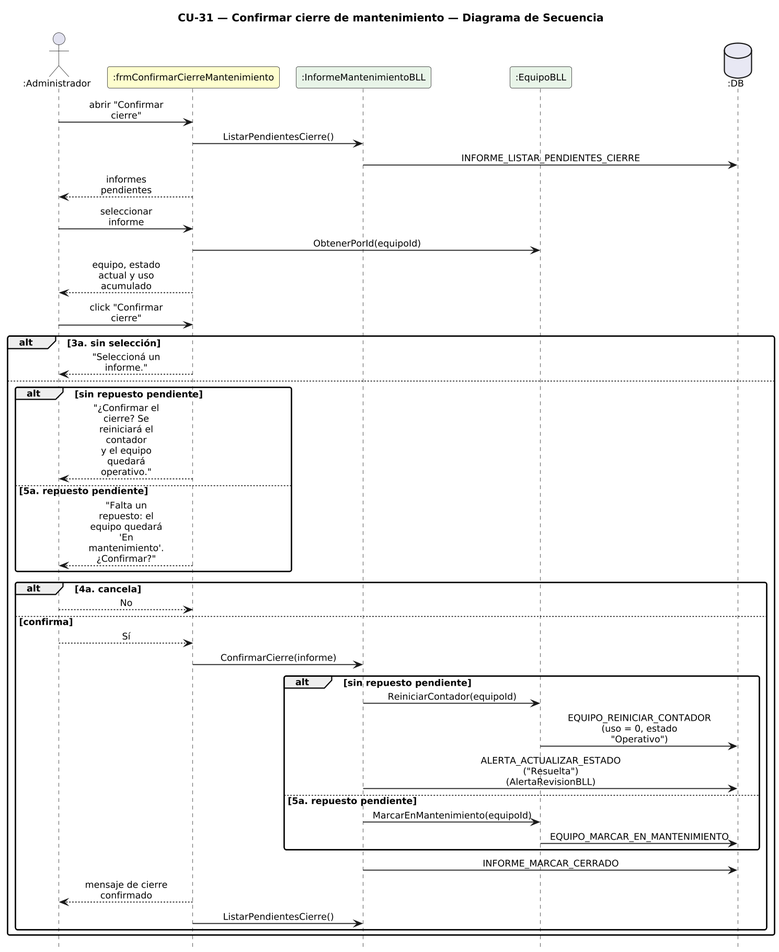
Above: DIAGRAMAS/DiagramaSecuencia_CU31_ConfirmarCierreMantenimiento.png in Urrels/ingenieria_software (PlantUML), before the change.
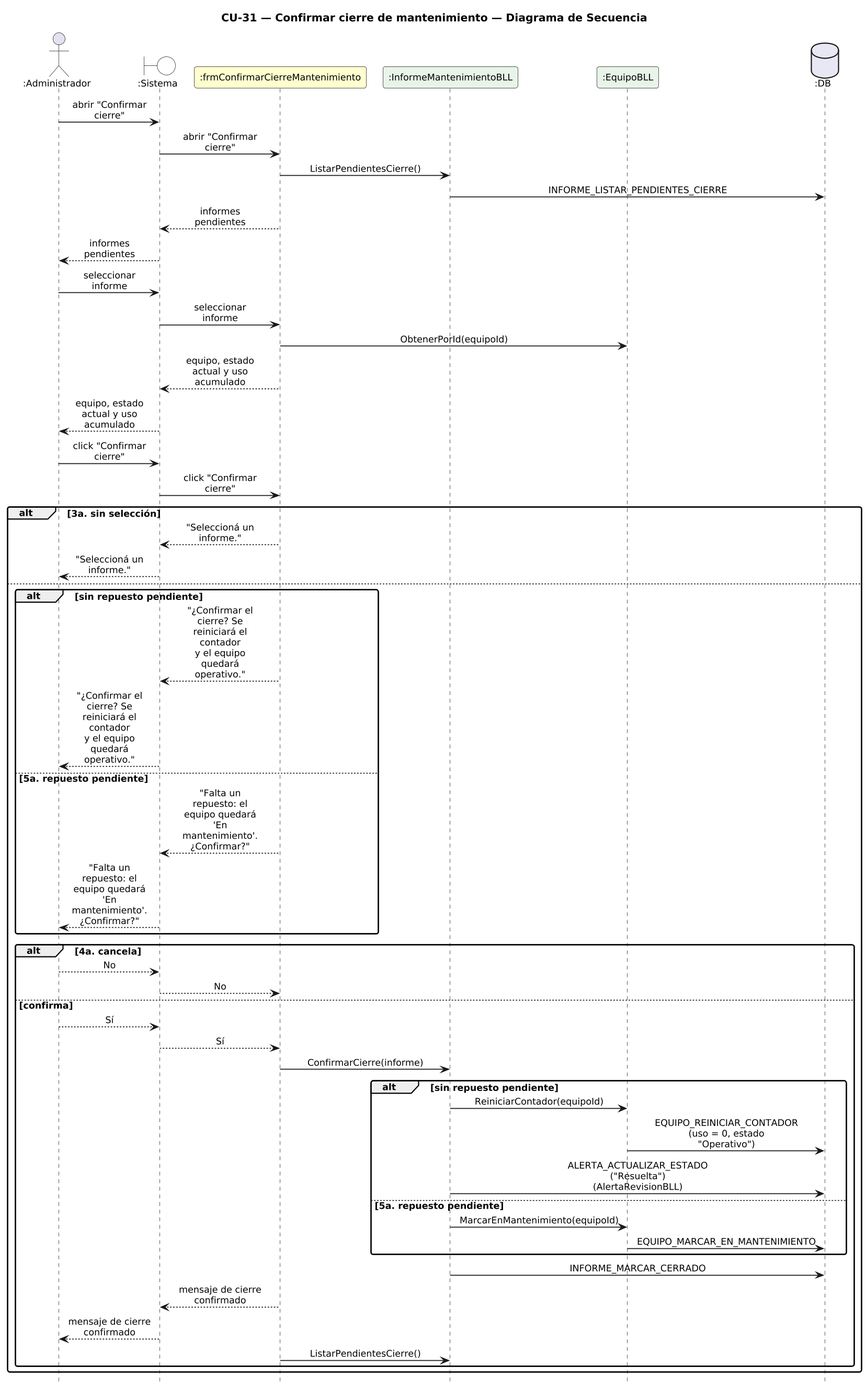
After the commit.

Change to the diagram source:
```diff
@@ -14,31 +14,42 @@
 hide footbox
 
 actor ":Administrador" as A
+boundary ":Sistema" as SYS #FFFFFF
 participant ":frmConfirmarCierreMantenimiento" as F #FEFECE
 participant ":InformeMantenimientoBLL" as IB #E8F4E8
 participant ":EquipoBLL" as EB #E8F4E8
 database ":DB" as DB #E8E8F4
 
-A -> F : abrir "Confirmar cierre"
+A -> SYS : abrir "Confirmar cierre"
+SYS -> F : abrir "Confirmar cierre"
 F -> IB : ListarPendientesCierre()
 IB -> DB : INFORME_LISTAR_PENDIENTES_CIERRE
-F --> A : informes pendientes
-A -> F : seleccionar informe
+F --> SYS : informes pendientes
+SYS --> A : informes pendientes
+A -> SYS : seleccionar informe
+SYS -> F : seleccionar informe
 F -> EB : ObtenerPorId(equipoId)
-F --> A : equipo, estado actual y uso acumulado
-A -> F : click "Confirmar cierre"
+F --> SYS : equipo, estado actual y uso acumulado
+SYS --> A : equipo, estado actual y uso acumulado
+A -> SYS : click "Confirmar cierre"
+SYS -> F : click "Confirmar cierre"
 alt 3a. sin selección
-  F --> A : "Seleccioná un informe."
+  F --> SYS : "Seleccioná un informe."
+  SYS --> A : "Seleccioná un informe."
 else
   alt sin repuesto pendiente
-    F --> A : "¿Confirmar el cierre? Se reiniciará el contador\ny el equipo quedará operativo."
+    F --> SYS : "¿Confirmar el cierre? Se reiniciará el contador\ny el equipo quedará operativo."
+    SYS --> A : "¿Confirmar el cierre? Se reiniciará el contador\ny el equipo quedará operativo."
   else 5a. repuesto pendiente
-    F --> A : "Falta un repuesto: el equipo quedará\n'En mantenimiento'. ¿Confirmar?"
+    F --> SYS : "Falta un repuesto: el equipo quedará\n'En mantenimiento'. ¿Confirmar?"
+    SYS --> A : "Falta un repuesto: el equipo quedará\n'En mantenimiento'. ¿Confirmar?"
   end
   alt 4a. cancela
-    A --> F : No
+    A --> SYS : No
+    SYS --> F : No
   else confirma
-    A --> F : Sí
+    A --> SYS : Sí
+    SYS --> F : Sí
     F -> IB : ConfirmarCierre(informe)
     alt sin repuesto pendiente
       IB -> EB : ReiniciarContador(equipoId)
@@ -49,7 +60,8 @@
       EB -> DB : EQUIPO_MARCAR_EN_MANTENIMIENTO
     end
     IB -> DB : INFORME_MARCAR_CERRADO
-    F --> A : mensaje de cierre confirmado
+    F --> SYS : mensaje de cierre confirmado
+    SYS --> A : mensaje de cierre confirmado
     F -> IB : ListarPendientesCierre()
   end
 end
```
